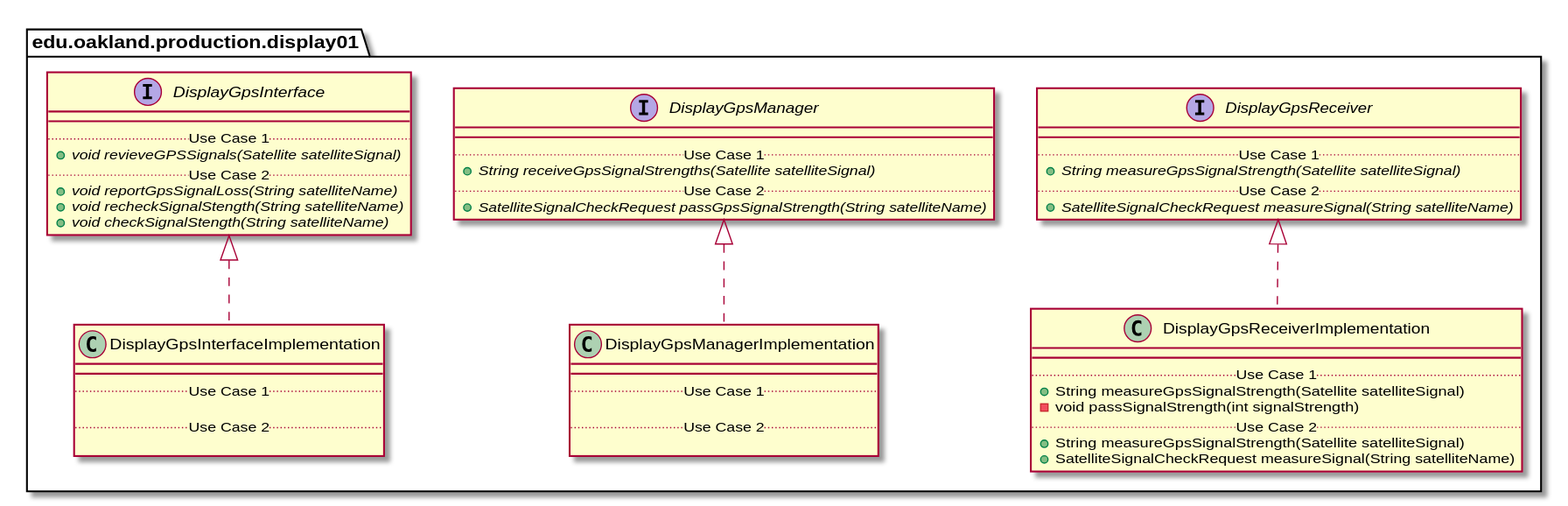
Earlier version of the PlantUML export docs/uml-class-diagrams/display01/production/Display01ProductionPackage_InternalDependencies.svg (andrewdimmer/csi-3370-software-project). Its diagram source:
```plantuml
@startuml Display01ProductionPackage_InternalDependencies



package edu.oakland.production.display01 {



}





package edu.oakland.production.display01 {

    interface DisplayGpsInterface {

        __

        .. Use Case 1 ..

        {abstract} + void receiveGpsSignal(Satellite satelliteSignal)

        .. Use Case 2 ..

        {abstract} + void reportGpsSignalLoss(String satelliteName)

        {abstract} + void recheckSignalStength(String satelliteName)

        {abstract} + void checkSignalStength(String satelliteName)

    }

}





package edu.oakland.production.display01 {

    interface DisplayGpsManager {

        __

        .. Use Case 1 ..

        {abstract} + String receiveGpsSignalStrength(Satellite satelliteSignal)

        .. Use Case 2 ..

        {abstract} + SatelliteSignalCheckRequest passGpsSignalStrength(String satelliteName)

    }

}





package edu.oakland.production.display01 {

    interface DisplayGpsReceiver {

        __

        .. Use Case 1 ..

        {abstract} + String measureGpsSignalStrength(Satellite satelliteSignal)

        .. Use Case 2 ..

        {abstract} + SatelliteSignalCheckRequest measureSignal(String satelliteName)

    }

}





package edu.oakland.production.display01 {

    class DisplayGpsInterfaceImplementation {

        __

        .. Use Case 1 ..



        .. Use Case 2 ..



    }

}





DisplayGpsInterfaceImplementation .up.|> DisplayGpsInterface



package edu.oakland.production.display01 {

    class DisplayGpsManagerImplementation {

        __

        .. Use Case 1 ..



        .. Use Case 2 ..



    }

}





DisplayGpsManagerImplementation .up.|> DisplayGpsManager



package edu.oakland.production.display01 {

    class DisplayGpsReceiverImplementation {

        __

        .. Use Case 1 ..

        + String measureGpsSignalStrength(Satellite satelliteSignal)

        - void passSignalStrength(int signalStrength)

        .. Use Case 2 ..

        + String measureGpsSignalStrength(Satellite satelliteSignal)

        + SatelliteSignalCheckRequest measureSignal(String satelliteName)

    }

}





DisplayGpsReceiverImplementation .up.|> DisplayGpsReceiver



@enduml
```
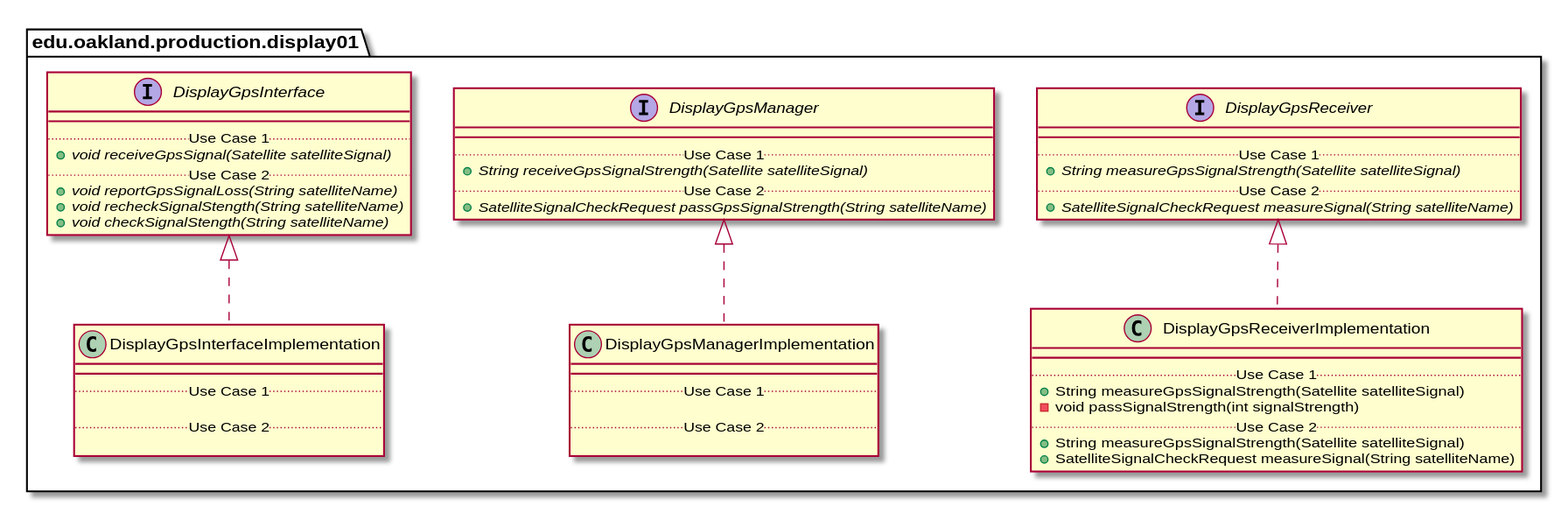
Later version of the same file.

Diff of the diagram source:
```diff
@@ -1,167 +1,84 @@
 @startuml Display01ProductionPackage_InternalDependencies
 
-
-
 package edu.oakland.production.display01 {
-
-
 
 }
 
 
-
+package edu.oakland.production.display01 {
+    interface DisplayGpsInterface {
+        __
+        .. Use Case 1 ..
+        {abstract} + void receiveGpsSignal(Satellite satelliteSignal)
+        .. Use Case 2 ..
+        {abstract} + void reportGpsSignalLoss(String satelliteName)
+        {abstract} + void recheckSignalStength(String satelliteName)
+        {abstract} + void checkSignalStength(String satelliteName)
+    }
+}
 
 
 package edu.oakland.production.display01 {
+    interface DisplayGpsManager {
+        __
+        .. Use Case 1 ..
+        {abstract} + String receiveGpsSignalStrength(Satellite satelliteSignal)
+        .. Use Case 2 ..
+        {abstract} + SatelliteSignalCheckRequest passGpsSignalStrength(String satelliteName)
+    }
+}
 
-    interface DisplayGpsInterface {
 
+package edu.oakland.production.display01 {
+    interface DisplayGpsReceiver {
         __
+        .. Use Case 1 ..
+        {abstract} + String measureGpsSignalStrength(Satellite satelliteSignal)
+        .. Use Case 2 ..
+        {abstract} + SatelliteSignalCheckRequest measureSignal(String satelliteName)
+    }
+}
 
+
+package edu.oakland.production.display01 {
+    class DisplayGpsInterfaceImplementation {
+        __
         .. Use Case 1 ..
-
-        {abstract} + void receiveGpsSignal(Satellite satelliteSignal)
 
         .. Use Case 2 ..
 
-        {abstract} + void reportGpsSignalLoss(String satelliteName)
-
-        {abstract} + void recheckSignalStength(String satelliteName)
-
-        {abstract} + void checkSignalStength(String satelliteName)
-
     }
-
 }
-
-
-
-
-
-package edu.oakland.production.display01 {
-
-    interface DisplayGpsManager {
-
-        __
-
-        .. Use Case 1 ..
-
-        {abstract} + String receiveGpsSignalStrength(Satellite satelliteSignal)
-
-        .. Use Case 2 ..
-
-        {abstract} + SatelliteSignalCheckRequest passGpsSignalStrength(String satelliteName)
-
-    }
-
-}
-
-
-
-
-
-package edu.oakland.production.display01 {
-
-    interface DisplayGpsReceiver {
-
-        __
-
-        .. Use Case 1 ..
-
-        {abstract} + String measureGpsSignalStrength(Satellite satelliteSignal)
-
-        .. Use Case 2 ..
-
-        {abstract} + SatelliteSignalCheckRequest measureSignal(String satelliteName)
-
-    }
-
-}
-
-
-
-
-
-package edu.oakland.production.display01 {
-
-    class DisplayGpsInterfaceImplementation {
-
-        __
-
-        .. Use Case 1 ..
-
-
-
-        .. Use Case 2 ..
-
-
-
-    }
-
-}
-
-
-
 
 
 DisplayGpsInterfaceImplementation .up.|> DisplayGpsInterface
 
-
-
 package edu.oakland.production.display01 {
-
     class DisplayGpsManagerImplementation {
-
         __
-
         .. Use Case 1 ..
-
-
 
         .. Use Case 2 ..
 
-
-
     }
-
 }
-
-
-
 
 
 DisplayGpsManagerImplementation .up.|> DisplayGpsManager
 
-
-
 package edu.oakland.production.display01 {
-
     class DisplayGpsReceiverImplementation {
-
         __
-
         .. Use Case 1 ..
-
         + String measureGpsSignalStrength(Satellite satelliteSignal)
-
         - void passSignalStrength(int signalStrength)
-
         .. Use Case 2 ..
-
         + String measureGpsSignalStrength(Satellite satelliteSignal)
-
         + SatelliteSignalCheckRequest measureSignal(String satelliteName)
-
     }
-
 }
-
-
-
 
 
 DisplayGpsReceiverImplementation .up.|> DisplayGpsReceiver
 
-
-
 @enduml
```
